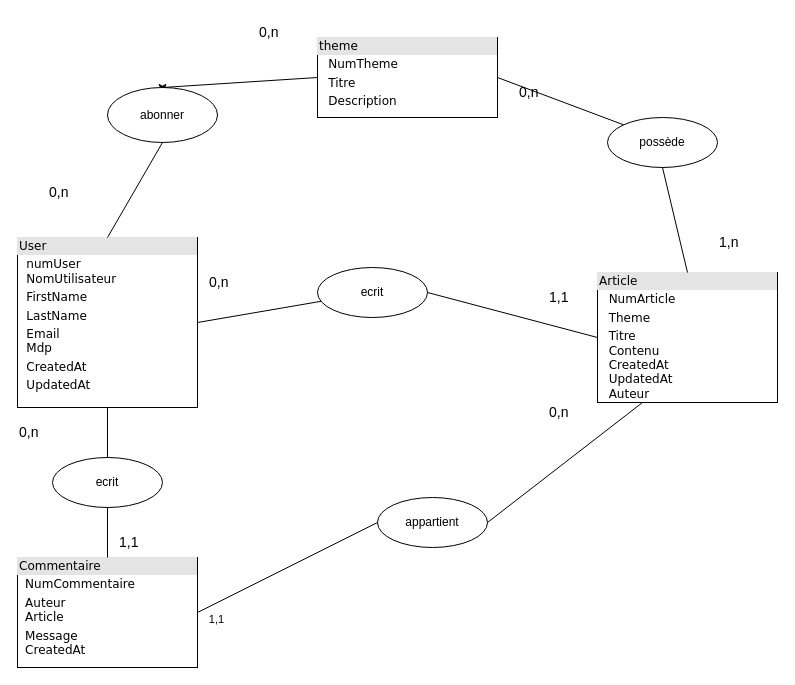
Before: page "Page-1" (1 of 2) of bdd/MCD-mld.drawio in G-Wald/MDD, a draw.io diagram. Source tidied: cells renumbered, new cells numbered last; positions are measured from the earlier drawing's top-left corner, leaving out a move shared by most shapes. Both pictures are drawn from the tidied source at 100%, with x=0, y=0 at pixel (17, 17).
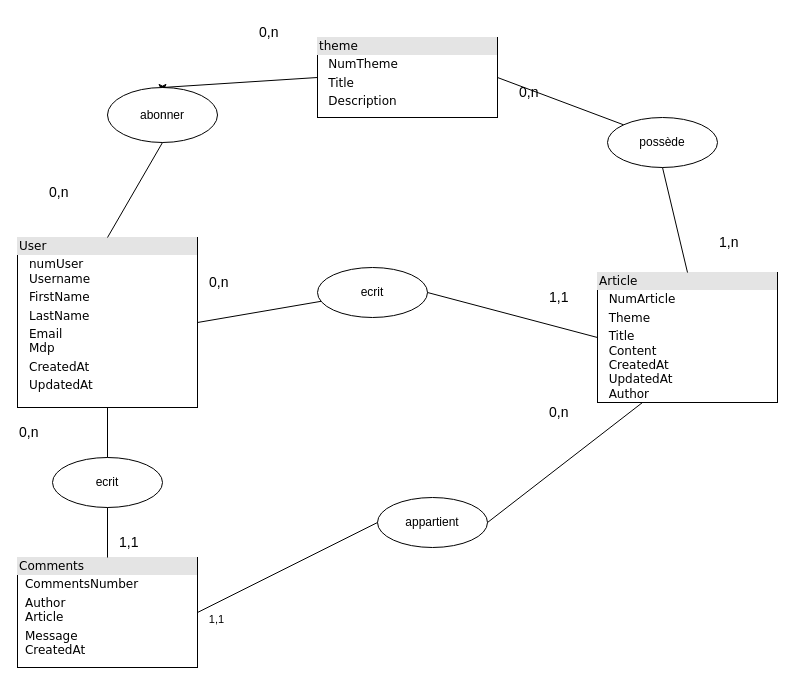
The same diagram, later.

Change to the diagram source:
```diff
@@
-    <mxCell id="2" value="&lt;div style=&quot;box-sizing: border-box ; width: 100% ; background: #e4e4e4 ; padding: 2px&quot;&gt;Article&lt;/div&gt;&lt;table style=&quot;width: 100% ; font-size: 1em&quot; cellspacing=&quot;0&quot; cellpadding=&quot;2&quot;&gt;&lt;tbody&gt;&lt;tr&gt;&lt;td&gt;&lt;br&gt;&lt;/td&gt;&lt;td&gt;NumArticle&lt;br&gt;&lt;/td&gt;&lt;/tr&gt;&lt;tr&gt;&lt;td&gt;&lt;br&gt;&lt;/td&gt;&lt;td&gt;Theme&lt;br&gt;&lt;/td&gt;&lt;/tr&gt;&lt;tr&gt;&lt;td&gt;&lt;br&gt;&lt;/td&gt;&lt;td&gt;Titre&lt;br&gt;Contenu&lt;br&gt;CreatedAt&lt;br&gt;UpdatedAt&lt;br&gt;Auteur&lt;br&gt;&lt;br&gt;&lt;/td&gt;&lt;/tr&gt;&lt;tr&gt;&lt;td&gt;&lt;br&gt;&lt;/td&gt;&lt;td&gt;&lt;br&gt;&lt;/td&gt;&lt;/tr&gt;&lt;/tbody&gt;&lt;/table&gt;" style="verticalAlign=top;align=left;overflow=fill;html=1;rounded=0;shadow=0;comic=0;labelBackgroundColor=none;strokeWidth=1;fontFamily=Verdana;fontSize=12;" parent="1" vertex="1">
+    <mxCell id="2" value="&lt;div style=&quot;box-sizing: border-box ; width: 100% ; background: #e4e4e4 ; padding: 2px&quot;&gt;Article&lt;/div&gt;&lt;table style=&quot;width: 100% ; font-size: 1em&quot; cellspacing=&quot;0&quot; cellpadding=&quot;2&quot;&gt;&lt;tbody&gt;&lt;tr&gt;&lt;td&gt;&lt;br&gt;&lt;/td&gt;&lt;td&gt;NumArticle&lt;br&gt;&lt;/td&gt;&lt;/tr&gt;&lt;tr&gt;&lt;td&gt;&lt;br&gt;&lt;/td&gt;&lt;td&gt;Theme&lt;br&gt;&lt;/td&gt;&lt;/tr&gt;&lt;tr&gt;&lt;td&gt;&lt;br&gt;&lt;/td&gt;&lt;td&gt;Title&lt;br&gt;Content&lt;br&gt;CreatedAt&lt;br&gt;UpdatedAt&lt;br&gt;Author&lt;br&gt;&lt;br&gt;&lt;/td&gt;&lt;/tr&gt;&lt;tr&gt;&lt;td&gt;&lt;br&gt;&lt;/td&gt;&lt;td&gt;&lt;br&gt;&lt;/td&gt;&lt;/tr&gt;&lt;/tbody&gt;&lt;/table&gt;" style="verticalAlign=top;align=left;overflow=fill;html=1;rounded=0;shadow=0;comic=0;labelBackgroundColor=none;strokeWidth=1;fontFamily=Verdana;fontSize=12;" parent="1" vertex="1">
       <mxGeometry x="580" y="255" width="180" height="130" as="geometry" />
     </mxCell>
-    <mxCell id="3" value="&lt;div style=&quot;box-sizing:border-box;width:100%;background:#e4e4e4;padding:2px;&quot;&gt;Commentaire&lt;br&gt;&lt;/div&gt;&lt;table style=&quot;width:100%;font-size:1em;&quot; cellspacing=&quot;0&quot; cellpadding=&quot;2&quot;&gt;&lt;tbody&gt;&lt;tr&gt;&lt;td&gt;&lt;br&gt;&lt;/td&gt;&lt;td&gt;NumCommentaire&lt;br&gt;&lt;/td&gt;&lt;/tr&gt;&lt;tr&gt;&lt;td&gt;&lt;br&gt;&lt;/td&gt;&lt;td&gt;Auteur&lt;br&gt;Article&lt;br&gt;&lt;/td&gt;&lt;/tr&gt;&lt;tr&gt;&lt;td&gt;&lt;br&gt;&lt;/td&gt;&lt;td&gt;Message&lt;br&gt;CreatedAt&lt;br&gt;&lt;/td&gt;&lt;/tr&gt;&lt;/tbody&gt;&lt;/table&gt;" style="verticalAlign=top;align=left;overflow=fill;html=1;rounded=0;shadow=0;comic=0;labelBackgroundColor=none;strokeWidth=1;fontFamily=Verdana;fontSize=12;" parent="1" vertex="1">
+    <mxCell id="3" value="&lt;div style=&quot;box-sizing:border-box;width:100%;background:#e4e4e4;padding:2px;&quot;&gt;Comments&lt;br&gt;&lt;/div&gt;&lt;table style=&quot;width:100%;font-size:1em;&quot; cellspacing=&quot;0&quot; cellpadding=&quot;2&quot;&gt;&lt;tbody&gt;&lt;tr&gt;&lt;td&gt;&lt;br&gt;&lt;/td&gt;&lt;td&gt;CommentsNumber&lt;br&gt;&lt;/td&gt;&lt;/tr&gt;&lt;tr&gt;&lt;td&gt;&lt;br&gt;&lt;/td&gt;&lt;td&gt;Author&lt;br&gt;Article&lt;br&gt;&lt;/td&gt;&lt;/tr&gt;&lt;tr&gt;&lt;td&gt;&lt;br&gt;&lt;/td&gt;&lt;td&gt;Message&lt;br&gt;CreatedAt&lt;br&gt;&lt;/td&gt;&lt;/tr&gt;&lt;/tbody&gt;&lt;/table&gt;" style="verticalAlign=top;align=left;overflow=fill;html=1;rounded=0;shadow=0;comic=0;labelBackgroundColor=none;strokeWidth=1;fontFamily=Verdana;fontSize=12;" parent="1" vertex="1">
       <mxGeometry y="540" width="180" height="110" as="geometry" />
     </mxCell>
@@
-    <mxCell id="13" value="&lt;div style=&quot;box-sizing: border-box ; width: 100% ; background: #e4e4e4 ; padding: 2px&quot;&gt;User&lt;br&gt;&lt;/div&gt;&lt;table style=&quot;width: 100% ; font-size: 1em&quot; cellspacing=&quot;0&quot; cellpadding=&quot;2&quot;&gt;&lt;tbody&gt;&lt;tr&gt;&lt;td&gt;&lt;br&gt;&lt;/td&gt;&lt;td&gt;numUser&lt;br&gt;NomUtilisateur&lt;br&gt;&lt;/td&gt;&lt;/tr&gt;&lt;tr&gt;&lt;td&gt;&lt;br&gt;&lt;/td&gt;&lt;td&gt;FirstName&lt;br&gt;&lt;/td&gt;&lt;/tr&gt;&lt;tr&gt;&lt;td&gt;&lt;br&gt;&lt;/td&gt;&lt;td&gt;LastName&lt;br&gt;&lt;/td&gt;&lt;/tr&gt;&lt;tr&gt;&lt;td&gt;&lt;br&gt;&lt;/td&gt;&lt;td&gt;Email&lt;br&gt;Mdp&lt;br&gt;&lt;/td&gt;&lt;/tr&gt;&lt;tr&gt;&lt;td&gt;&lt;br&gt;&lt;/td&gt;&lt;td&gt;CreatedAt&lt;br&gt;&lt;/td&gt;&lt;/tr&gt;&lt;tr&gt;&lt;td&gt;&lt;br&gt;&lt;/td&gt;&lt;td&gt;UpdatedAt&lt;br&gt;&lt;br&gt;&lt;/td&gt;&lt;/tr&gt;&lt;/tbody&gt;&lt;/table&gt;" style="verticalAlign=top;align=left;overflow=fill;html=1;rounded=0;shadow=0;comic=0;labelBackgroundColor=none;strokeWidth=1;fontFamily=Verdana;fontSize=12;" parent="1" vertex="1">
+    <mxCell id="13" value="&lt;div style=&quot;box-sizing: border-box ; width: 100% ; background: #e4e4e4 ; padding: 2px&quot;&gt;User&lt;br&gt;&lt;/div&gt;&lt;table style=&quot;width: 100% ; font-size: 1em&quot; cellspacing=&quot;0&quot; cellpadding=&quot;2&quot;&gt;&lt;tbody&gt;&lt;tr&gt;&lt;td&gt;&lt;br&gt;&lt;/td&gt;&lt;td&gt;numUser&lt;br&gt;Username&lt;br&gt;&lt;/td&gt;&lt;/tr&gt;&lt;tr&gt;&lt;td&gt;&lt;br&gt;&lt;/td&gt;&lt;td&gt;FirstName&lt;br&gt;&lt;/td&gt;&lt;/tr&gt;&lt;tr&gt;&lt;td&gt;&lt;br&gt;&lt;/td&gt;&lt;td&gt;LastName&lt;br&gt;&lt;/td&gt;&lt;/tr&gt;&lt;tr&gt;&lt;td&gt;&lt;br&gt;&lt;/td&gt;&lt;td&gt;Email&lt;br&gt;Mdp&lt;br&gt;&lt;/td&gt;&lt;/tr&gt;&lt;tr&gt;&lt;td&gt;&lt;br&gt;&lt;/td&gt;&lt;td&gt;CreatedAt&lt;br&gt;&lt;/td&gt;&lt;/tr&gt;&lt;tr&gt;&lt;td&gt;&lt;br&gt;&lt;/td&gt;&lt;td&gt;UpdatedAt&lt;br&gt;&lt;br&gt;&lt;/td&gt;&lt;/tr&gt;&lt;/tbody&gt;&lt;/table&gt;" style="verticalAlign=top;align=left;overflow=fill;html=1;rounded=0;shadow=0;comic=0;labelBackgroundColor=none;strokeWidth=1;fontFamily=Verdana;fontSize=12;" parent="1" vertex="1">
       <mxGeometry y="220" width="180" height="170" as="geometry" />
     </mxCell>
@@
-    <mxCell id="20" value="&lt;div style=&quot;box-sizing: border-box ; width: 100% ; background: #e4e4e4 ; padding: 2px&quot;&gt;theme&lt;/div&gt;&lt;table style=&quot;width: 100% ; font-size: 1em&quot; cellspacing=&quot;0&quot; cellpadding=&quot;2&quot;&gt;&lt;tbody&gt;&lt;tr&gt;&lt;td&gt;&lt;br&gt;&lt;/td&gt;&lt;td&gt;NumTheme&lt;br&gt;&lt;/td&gt;&lt;/tr&gt;&lt;tr&gt;&lt;td&gt;&lt;br&gt;&lt;/td&gt;&lt;td&gt;Titre&lt;br&gt;&lt;/td&gt;&lt;/tr&gt;&lt;tr&gt;&lt;td&gt;&lt;br&gt;&lt;/td&gt;&lt;td&gt;Description&lt;br&gt;&lt;br&gt;&lt;br&gt;&lt;/td&gt;&lt;/tr&gt;&lt;tr&gt;&lt;td&gt;&lt;br&gt;&lt;/td&gt;&lt;td&gt;&lt;br&gt;&lt;/td&gt;&lt;/tr&gt;&lt;/tbody&gt;&lt;/table&gt;" style="verticalAlign=top;align=left;overflow=fill;html=1;rounded=0;shadow=0;comic=0;labelBackgroundColor=none;strokeWidth=1;fontFamily=Verdana;fontSize=12;" parent="1" vertex="1">
+    <mxCell id="20" value="&lt;div style=&quot;box-sizing: border-box ; width: 100% ; background: #e4e4e4 ; padding: 2px&quot;&gt;theme&lt;/div&gt;&lt;table style=&quot;width: 100% ; font-size: 1em&quot; cellspacing=&quot;0&quot; cellpadding=&quot;2&quot;&gt;&lt;tbody&gt;&lt;tr&gt;&lt;td&gt;&lt;br&gt;&lt;/td&gt;&lt;td&gt;NumTheme&lt;br&gt;&lt;/td&gt;&lt;/tr&gt;&lt;tr&gt;&lt;td&gt;&lt;br&gt;&lt;/td&gt;&lt;td&gt;Title&lt;br&gt;&lt;/td&gt;&lt;/tr&gt;&lt;tr&gt;&lt;td&gt;&lt;br&gt;&lt;/td&gt;&lt;td&gt;Description&lt;br&gt;&lt;br&gt;&lt;br&gt;&lt;/td&gt;&lt;/tr&gt;&lt;tr&gt;&lt;td&gt;&lt;br&gt;&lt;/td&gt;&lt;td&gt;&lt;br&gt;&lt;/td&gt;&lt;/tr&gt;&lt;/tbody&gt;&lt;/table&gt;" style="verticalAlign=top;align=left;overflow=fill;html=1;rounded=0;shadow=0;comic=0;labelBackgroundColor=none;strokeWidth=1;fontFamily=Verdana;fontSize=12;" parent="1" vertex="1">
       <mxGeometry x="300" y="20" width="180" height="80" as="geometry" />
     </mxCell>
```
